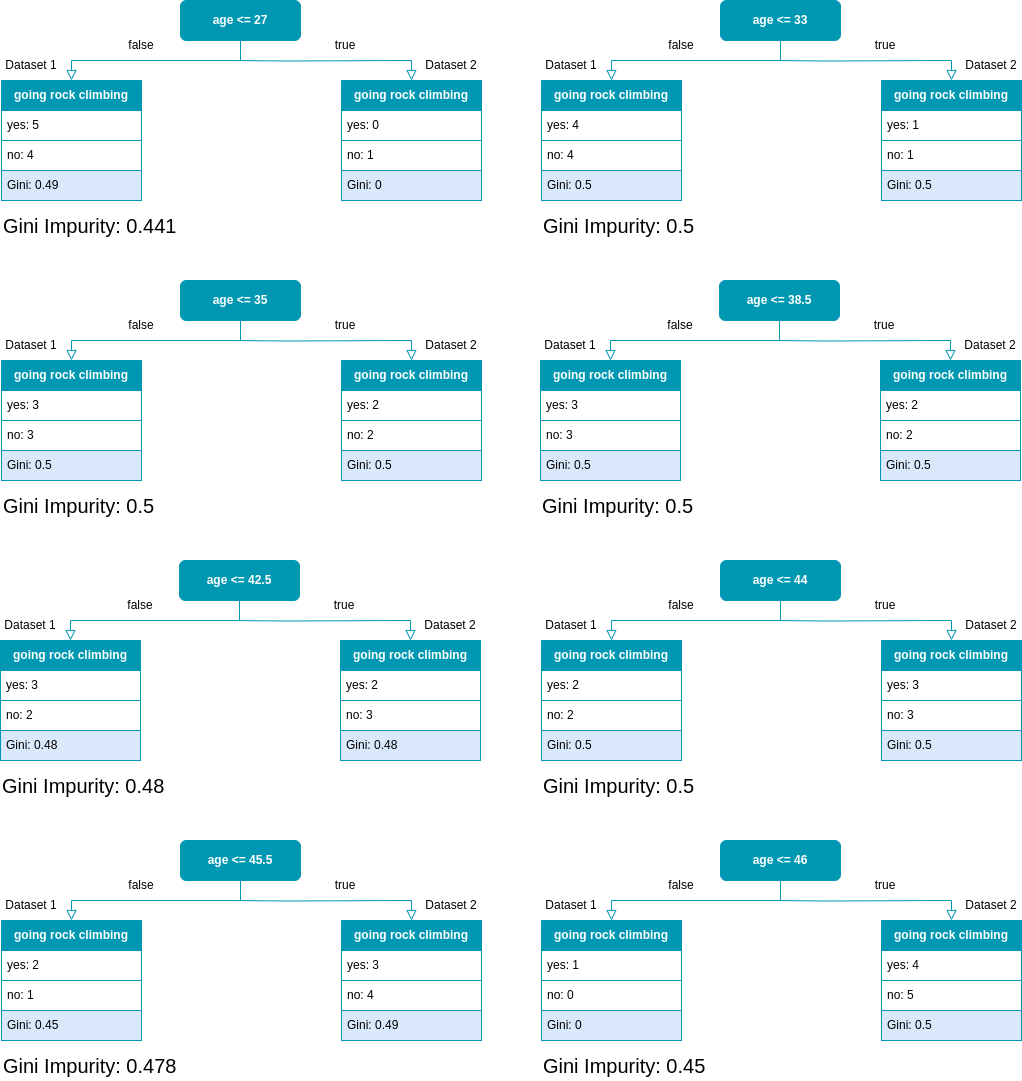
Earlier version of the draw.io export static/images/decision_tree/dt_classification_age_all_splits.drawio.png (froukje/datamapu). Source tidied: cells renumbered, new cells last; positions are measured from the earlier drawing's top-left corner, leaving out a move shared by most shapes.
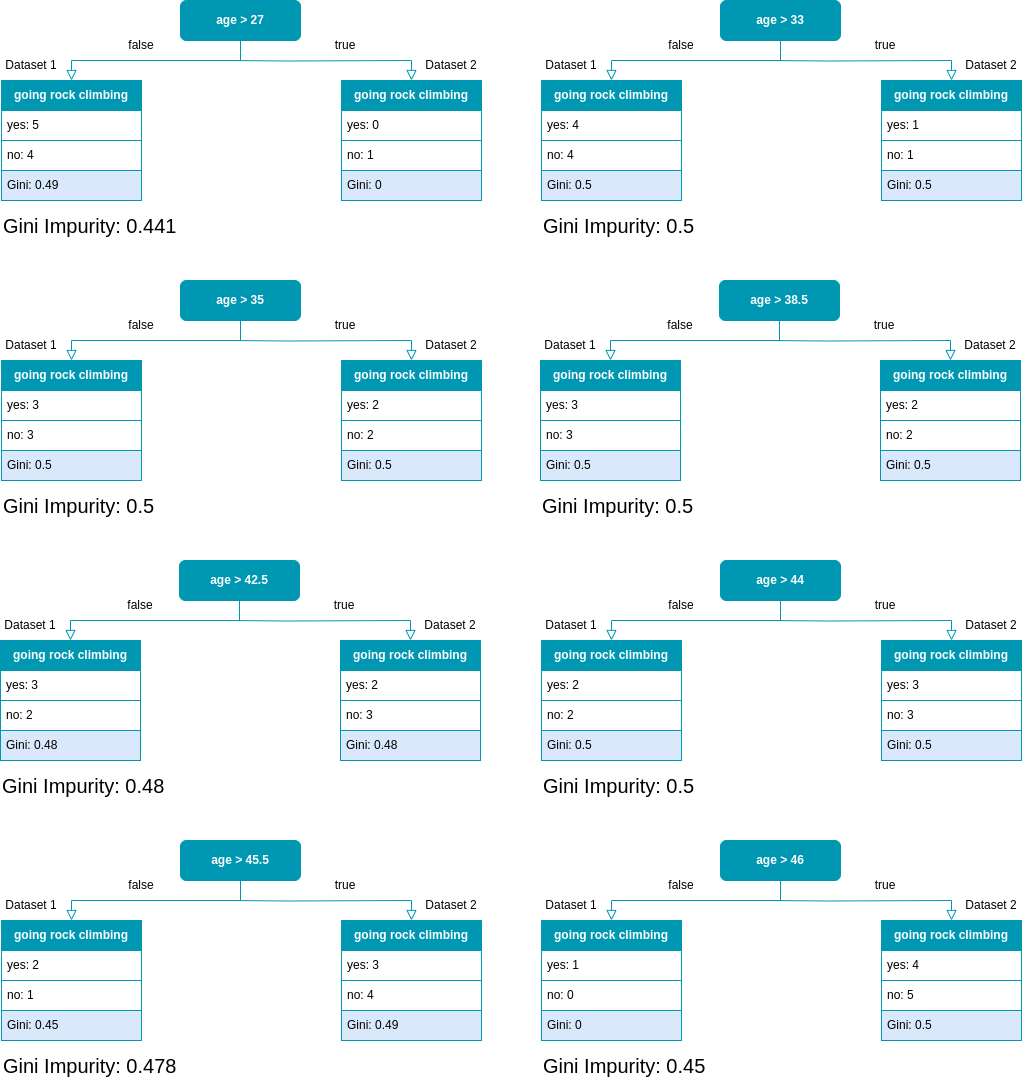
The same diagram one commit later.

Diff of the diagram source:
```diff
@@ -5,7 +5,7 @@
     <mxCell id="2" style="rounded=0;html=1;jettySize=auto;fontSize=11;endArrow=block;endFill=0;endSize=8;strokeWidth=1;shadow=0;labelBackgroundColor=none;edgeStyle=orthogonalEdgeStyle;entryX=0.5;entryY=0;entryDx=0;entryDy=0;exitX=0.5;exitY=1;exitDx=0;exitDy=0;strokeColor=#0097B2;" parent="1" edge="1" source="3" target="4">
       <mxGeometry relative="1" as="geometry" />
     </mxCell>
-    <mxCell id="3" value="&lt;font color=&quot;#ffffff&quot;&gt;&lt;b&gt;age &amp;lt;= 27&lt;/b&gt;&lt;/font&gt;" style="rounded=1;whiteSpace=wrap;html=1;fontSize=12;glass=0;strokeWidth=1;shadow=0;fillColor=#0097B2;strokeColor=#0097B2;" parent="1" vertex="1">
+    <mxCell id="3" value="&lt;font color=&quot;#ffffff&quot;&gt;&lt;b&gt;age &amp;gt; 27&lt;/b&gt;&lt;/font&gt;" style="rounded=1;whiteSpace=wrap;html=1;fontSize=12;glass=0;strokeWidth=1;shadow=0;fillColor=#0097B2;strokeColor=#0097B2;" parent="1" vertex="1">
       <mxGeometry x="180" width="120" height="40" as="geometry" />
     </mxCell>
     <mxCell id="4" value="&lt;font color=&quot;#ffffff&quot;&gt;&lt;b&gt;going rock climbing&lt;/b&gt;&lt;/font&gt;" style="swimlane;fontStyle=0;horizontal=1;startSize=30;whiteSpace=wrap;html=1;fillColor=#0097B2;strokeColor=#0097B2;" parent="1" vertex="1">
@@ -55,7 +55,7 @@
     <mxCell id="18" style="rounded=0;html=1;jettySize=auto;fontSize=11;endArrow=block;endFill=0;endSize=8;strokeWidth=1;shadow=0;labelBackgroundColor=none;edgeStyle=orthogonalEdgeStyle;entryX=0.5;entryY=0;entryDx=0;entryDy=0;exitX=0.5;exitY=1;exitDx=0;exitDy=0;strokeColor=#0097B2;" parent="1" edge="1" source="19" target="20">
       <mxGeometry relative="1" as="geometry" />
     </mxCell>
-    <mxCell id="19" value="&lt;font color=&quot;#ffffff&quot;&gt;&lt;b&gt;age &amp;lt;= 33&lt;/b&gt;&lt;/font&gt;" style="rounded=1;whiteSpace=wrap;html=1;fontSize=12;glass=0;strokeWidth=1;shadow=0;fillColor=#0097B2;strokeColor=#0097B2;" parent="1" vertex="1">
+    <mxCell id="19" value="&lt;font color=&quot;#ffffff&quot;&gt;&lt;b&gt;age &amp;gt; 33&lt;/b&gt;&lt;/font&gt;" style="rounded=1;whiteSpace=wrap;html=1;fontSize=12;glass=0;strokeWidth=1;shadow=0;fillColor=#0097B2;strokeColor=#0097B2;" parent="1" vertex="1">
       <mxGeometry x="720" width="120" height="40" as="geometry" />
     </mxCell>
     <mxCell id="20" value="&lt;font color=&quot;#ffffff&quot;&gt;&lt;b&gt;going rock climbing&lt;/b&gt;&lt;/font&gt;" style="swimlane;fontStyle=0;horizontal=1;startSize=30;whiteSpace=wrap;html=1;fillColor=#0097B2;strokeColor=#0097B2;" parent="1" vertex="1">
@@ -105,7 +105,7 @@
     <mxCell id="34" style="rounded=0;html=1;jettySize=auto;fontSize=11;endArrow=block;endFill=0;endSize=8;strokeWidth=1;shadow=0;labelBackgroundColor=none;edgeStyle=orthogonalEdgeStyle;entryX=0.5;entryY=0;entryDx=0;entryDy=0;exitX=0.5;exitY=1;exitDx=0;exitDy=0;strokeColor=#0097B2;" parent="1" edge="1" source="35" target="36">
       <mxGeometry relative="1" as="geometry" />
     </mxCell>
-    <mxCell id="35" value="&lt;font color=&quot;#ffffff&quot;&gt;&lt;b&gt;age &amp;lt;= 35&lt;/b&gt;&lt;/font&gt;" style="rounded=1;whiteSpace=wrap;html=1;fontSize=12;glass=0;strokeWidth=1;shadow=0;fillColor=#0097B2;strokeColor=#0097B2;" parent="1" vertex="1">
+    <mxCell id="35" value="&lt;font color=&quot;#ffffff&quot;&gt;&lt;b&gt;age &amp;gt; 35&lt;/b&gt;&lt;/font&gt;" style="rounded=1;whiteSpace=wrap;html=1;fontSize=12;glass=0;strokeWidth=1;shadow=0;fillColor=#0097B2;strokeColor=#0097B2;" parent="1" vertex="1">
       <mxGeometry x="180" y="280" width="120" height="40" as="geometry" />
     </mxCell>
     <mxCell id="36" value="&lt;font color=&quot;#ffffff&quot;&gt;&lt;b&gt;going rock climbing&lt;/b&gt;&lt;/font&gt;" style="swimlane;fontStyle=0;horizontal=1;startSize=30;whiteSpace=wrap;html=1;fillColor=#0097B2;strokeColor=#0097B2;" parent="1" vertex="1">
@@ -155,7 +155,7 @@
     <mxCell id="50" style="rounded=0;html=1;jettySize=auto;fontSize=11;endArrow=block;endFill=0;endSize=8;strokeWidth=1;shadow=0;labelBackgroundColor=none;edgeStyle=orthogonalEdgeStyle;entryX=0.5;entryY=0;entryDx=0;entryDy=0;exitX=0.5;exitY=1;exitDx=0;exitDy=0;strokeColor=#0097B2;" parent="1" edge="1" source="51" target="52">
       <mxGeometry relative="1" as="geometry" />
     </mxCell>
-    <mxCell id="51" value="&lt;font color=&quot;#ffffff&quot;&gt;&lt;b&gt;age &amp;lt;= 38.5&lt;/b&gt;&lt;/font&gt;" style="rounded=1;whiteSpace=wrap;html=1;fontSize=12;glass=0;strokeWidth=1;shadow=0;fillColor=#0097B2;strokeColor=#0097B2;" parent="1" vertex="1">
+    <mxCell id="51" value="&lt;font color=&quot;#ffffff&quot;&gt;&lt;b&gt;age &amp;gt; 38.5&lt;/b&gt;&lt;/font&gt;" style="rounded=1;whiteSpace=wrap;html=1;fontSize=12;glass=0;strokeWidth=1;shadow=0;fillColor=#0097B2;strokeColor=#0097B2;" parent="1" vertex="1">
       <mxGeometry x="719" y="280" width="120" height="40" as="geometry" />
     </mxCell>
     <mxCell id="52" value="&lt;font color=&quot;#ffffff&quot;&gt;&lt;b&gt;going rock climbing&lt;/b&gt;&lt;/font&gt;" style="swimlane;fontStyle=0;horizontal=1;startSize=30;whiteSpace=wrap;html=1;fillColor=#0097B2;strokeColor=#0097B2;" parent="1" vertex="1">
@@ -205,7 +205,7 @@
     <mxCell id="66" style="rounded=0;html=1;jettySize=auto;fontSize=11;endArrow=block;endFill=0;endSize=8;strokeWidth=1;shadow=0;labelBackgroundColor=none;edgeStyle=orthogonalEdgeStyle;entryX=0.5;entryY=0;entryDx=0;entryDy=0;exitX=0.5;exitY=1;exitDx=0;exitDy=0;strokeColor=#0097B2;" parent="1" edge="1" source="67" target="68">
       <mxGeometry relative="1" as="geometry" />
     </mxCell>
-    <mxCell id="67" value="&lt;font color=&quot;#ffffff&quot;&gt;&lt;b&gt;age &amp;lt;= 42.5&lt;/b&gt;&lt;/font&gt;" style="rounded=1;whiteSpace=wrap;html=1;fontSize=12;glass=0;strokeWidth=1;shadow=0;fillColor=#0097B2;strokeColor=#0097B2;" parent="1" vertex="1">
+    <mxCell id="67" value="&lt;font color=&quot;#ffffff&quot;&gt;&lt;b&gt;age &amp;gt; 42.5&lt;/b&gt;&lt;/font&gt;" style="rounded=1;whiteSpace=wrap;html=1;fontSize=12;glass=0;strokeWidth=1;shadow=0;fillColor=#0097B2;strokeColor=#0097B2;" parent="1" vertex="1">
       <mxGeometry x="179" y="560" width="120" height="40" as="geometry" />
     </mxCell>
     <mxCell id="68" value="&lt;font color=&quot;#ffffff&quot;&gt;&lt;b&gt;going rock climbing&lt;/b&gt;&lt;/font&gt;" style="swimlane;fontStyle=0;horizontal=1;startSize=30;whiteSpace=wrap;html=1;fillColor=#0097B2;strokeColor=#0097B2;" parent="1" vertex="1">
@@ -255,7 +255,7 @@
     <mxCell id="82" style="rounded=0;html=1;jettySize=auto;fontSize=11;endArrow=block;endFill=0;endSize=8;strokeWidth=1;shadow=0;labelBackgroundColor=none;edgeStyle=orthogonalEdgeStyle;entryX=0.5;entryY=0;entryDx=0;entryDy=0;exitX=0.5;exitY=1;exitDx=0;exitDy=0;strokeColor=#0097B2;" parent="1" edge="1" source="83" target="84">
       <mxGeometry relative="1" as="geometry" />
     </mxCell>
-    <mxCell id="83" value="&lt;font color=&quot;#ffffff&quot;&gt;&lt;b&gt;age &amp;lt;= 44&lt;/b&gt;&lt;/font&gt;" style="rounded=1;whiteSpace=wrap;html=1;fontSize=12;glass=0;strokeWidth=1;shadow=0;fillColor=#0097B2;strokeColor=#0097B2;" parent="1" vertex="1">
+    <mxCell id="83" value="&lt;font color=&quot;#ffffff&quot;&gt;&lt;b&gt;age &amp;gt; 44&lt;/b&gt;&lt;/font&gt;" style="rounded=1;whiteSpace=wrap;html=1;fontSize=12;glass=0;strokeWidth=1;shadow=0;fillColor=#0097B2;strokeColor=#0097B2;" parent="1" vertex="1">
       <mxGeometry x="720" y="560" width="120" height="40" as="geometry" />
     </mxCell>
     <mxCell id="84" value="&lt;font color=&quot;#ffffff&quot;&gt;&lt;b&gt;going rock climbing&lt;/b&gt;&lt;/font&gt;" style="swimlane;fontStyle=0;horizontal=1;startSize=30;whiteSpace=wrap;html=1;fillColor=#0097B2;strokeColor=#0097B2;" parent="1" vertex="1">
@@ -305,7 +305,7 @@
     <mxCell id="98" style="rounded=0;html=1;jettySize=auto;fontSize=11;endArrow=block;endFill=0;endSize=8;strokeWidth=1;shadow=0;labelBackgroundColor=none;edgeStyle=orthogonalEdgeStyle;entryX=0.5;entryY=0;entryDx=0;entryDy=0;exitX=0.5;exitY=1;exitDx=0;exitDy=0;strokeColor=#0097B2;" parent="1" edge="1" source="99" target="100">
       <mxGeometry relative="1" as="geometry" />
     </mxCell>
-    <mxCell id="99" value="&lt;font color=&quot;#ffffff&quot;&gt;&lt;b&gt;age &amp;lt;= 45.5&lt;/b&gt;&lt;/font&gt;" style="rounded=1;whiteSpace=wrap;html=1;fontSize=12;glass=0;strokeWidth=1;shadow=0;fillColor=#0097B2;strokeColor=#0097B2;" parent="1" vertex="1">
+    <mxCell id="99" value="&lt;font color=&quot;#ffffff&quot;&gt;&lt;b&gt;age &amp;gt; 45.5&lt;/b&gt;&lt;/font&gt;" style="rounded=1;whiteSpace=wrap;html=1;fontSize=12;glass=0;strokeWidth=1;shadow=0;fillColor=#0097B2;strokeColor=#0097B2;" parent="1" vertex="1">
       <mxGeometry x="180" y="840" width="120" height="40" as="geometry" />
     </mxCell>
     <mxCell id="100" value="&lt;font color=&quot;#ffffff&quot;&gt;&lt;b&gt;going rock climbing&lt;/b&gt;&lt;/font&gt;" style="swimlane;fontStyle=0;horizontal=1;startSize=30;whiteSpace=wrap;html=1;fillColor=#0097B2;strokeColor=#0097B2;" parent="1" vertex="1">
@@ -355,7 +355,7 @@
     <mxCell id="114" style="rounded=0;html=1;jettySize=auto;fontSize=11;endArrow=block;endFill=0;endSize=8;strokeWidth=1;shadow=0;labelBackgroundColor=none;edgeStyle=orthogonalEdgeStyle;entryX=0.5;entryY=0;entryDx=0;entryDy=0;exitX=0.5;exitY=1;exitDx=0;exitDy=0;strokeColor=#0097B2;" parent="1" edge="1" source="115" target="116">
       <mxGeometry relative="1" as="geometry" />
     </mxCell>
-    <mxCell id="115" value="&lt;font color=&quot;#ffffff&quot;&gt;&lt;b&gt;age &amp;lt;= 46&lt;/b&gt;&lt;/font&gt;" style="rounded=1;whiteSpace=wrap;html=1;fontSize=12;glass=0;strokeWidth=1;shadow=0;fillColor=#0097B2;strokeColor=#0097B2;" parent="1" vertex="1">
+    <mxCell id="115" value="&lt;font color=&quot;#ffffff&quot;&gt;&lt;b&gt;age &amp;gt; 46&lt;/b&gt;&lt;/font&gt;" style="rounded=1;whiteSpace=wrap;html=1;fontSize=12;glass=0;strokeWidth=1;shadow=0;fillColor=#0097B2;strokeColor=#0097B2;" parent="1" vertex="1">
       <mxGeometry x="720" y="840" width="120" height="40" as="geometry" />
     </mxCell>
     <mxCell id="116" value="&lt;font color=&quot;#ffffff&quot;&gt;&lt;b&gt;going rock climbing&lt;/b&gt;&lt;/font&gt;" style="swimlane;fontStyle=0;horizontal=1;startSize=30;whiteSpace=wrap;html=1;fillColor=#0097B2;strokeColor=#0097B2;" parent="1" vertex="1">
```
